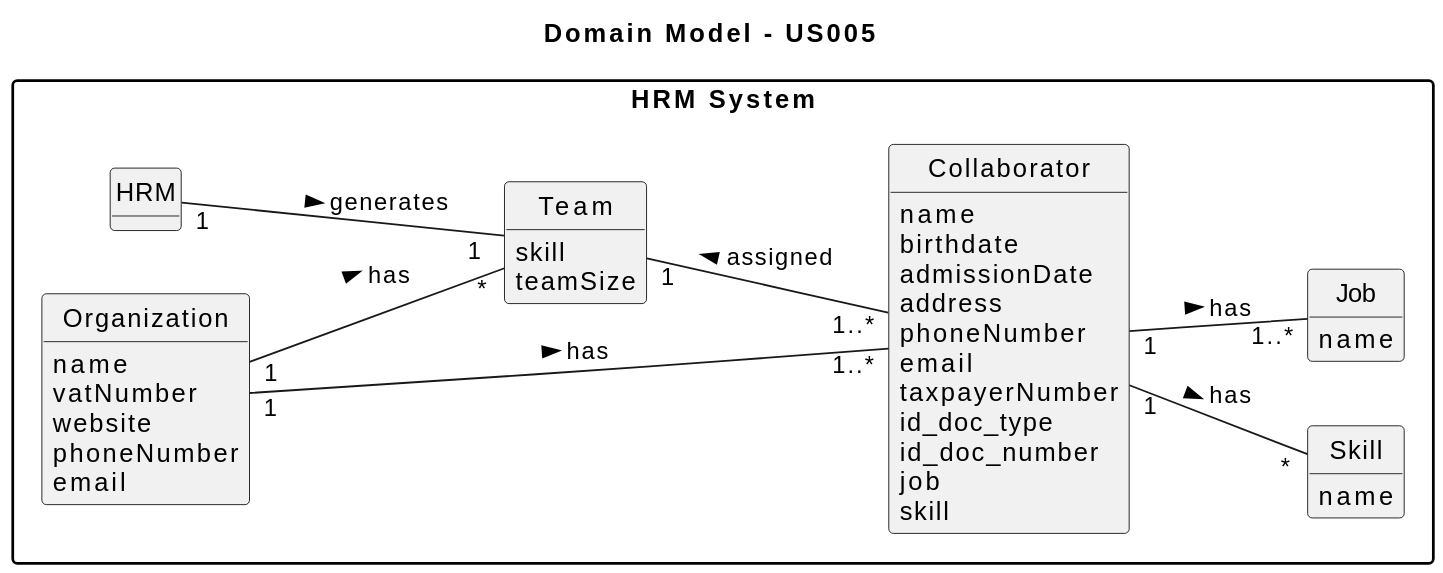
SAEmanuel/Green_Spaces_Management_ISEP keeps this PlantUML diagram as docs/sprintA/us005/02.analysis/svg/us005-domain-model.svg. Above is the earlier version. Its diagram source:
```plantuml
@startuml
skinparam monochrome true
skinparam packageStyle rectangle
skinparam shadowing false

title Domain Model - US005

skinparam classAttributeIconSize 0

left to right direction

hide circles
hide methods

package "HRM System" {
    class HRM {
    }

    class Team {
        skill
        teamSize
    }

    class Collaborator {
            name
            birthdate
            admissionDate
            address
            phoneNumber
            email
            taxpayerNumber
            id_doc_type
            id_doc_number
            job
            skill
        }

    class Organization {
        name
        vatNumber
        website
        phoneNumber
        email
    }

    class Skill {
        name
    }

    class Job {
        name
    }


    HRM "1  " -- "1 " Team : generates >
    Organization "1 " -- "*" Team : has >
    Organization "1 " -- "1..*" Collaborator : has >
    Team "1 " -- "1..*" Collaborator : assigned <

    Collaborator "1" -- "*" Skill : has >
    Collaborator "1" -- "1..*" Job : has >

}
@enduml
```
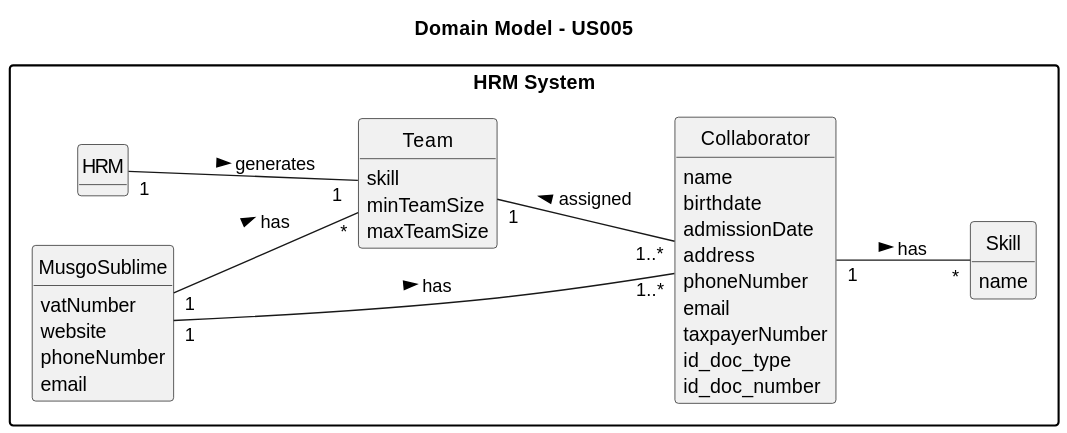
After the commit.

Change to the diagram source:
```diff
@@ -18,7 +18,8 @@
 
     class Team {
         skill
-        teamSize
+        minTeamSize
+        maxTeamSize
     }
 
     class Collaborator {
@@ -31,12 +32,10 @@
             taxpayerNumber
             id_doc_type
             id_doc_number
-            job
-            skill
+
         }
 
-    class Organization {
-        name
+    class MusgoSublime {
         vatNumber
         website
         phoneNumber
@@ -47,18 +46,14 @@
         name
     }
 
-    class Job {
-        name
-    }
-
 
     HRM "1  " -- "1 " Team : generates >
-    Organization "1 " -- "*" Team : has >
-    Organization "1 " -- "1..*" Collaborator : has >
+    MusgoSublime "1 " -- "*" Team : has >
+    MusgoSublime "1 " -- "1..*" Collaborator : has >
     Team "1 " -- "1..*" Collaborator : assigned <
 
     Collaborator "1" -- "*" Skill : has >
-    Collaborator "1" -- "1..*" Job : has >
+
 
 }
 @enduml
```
